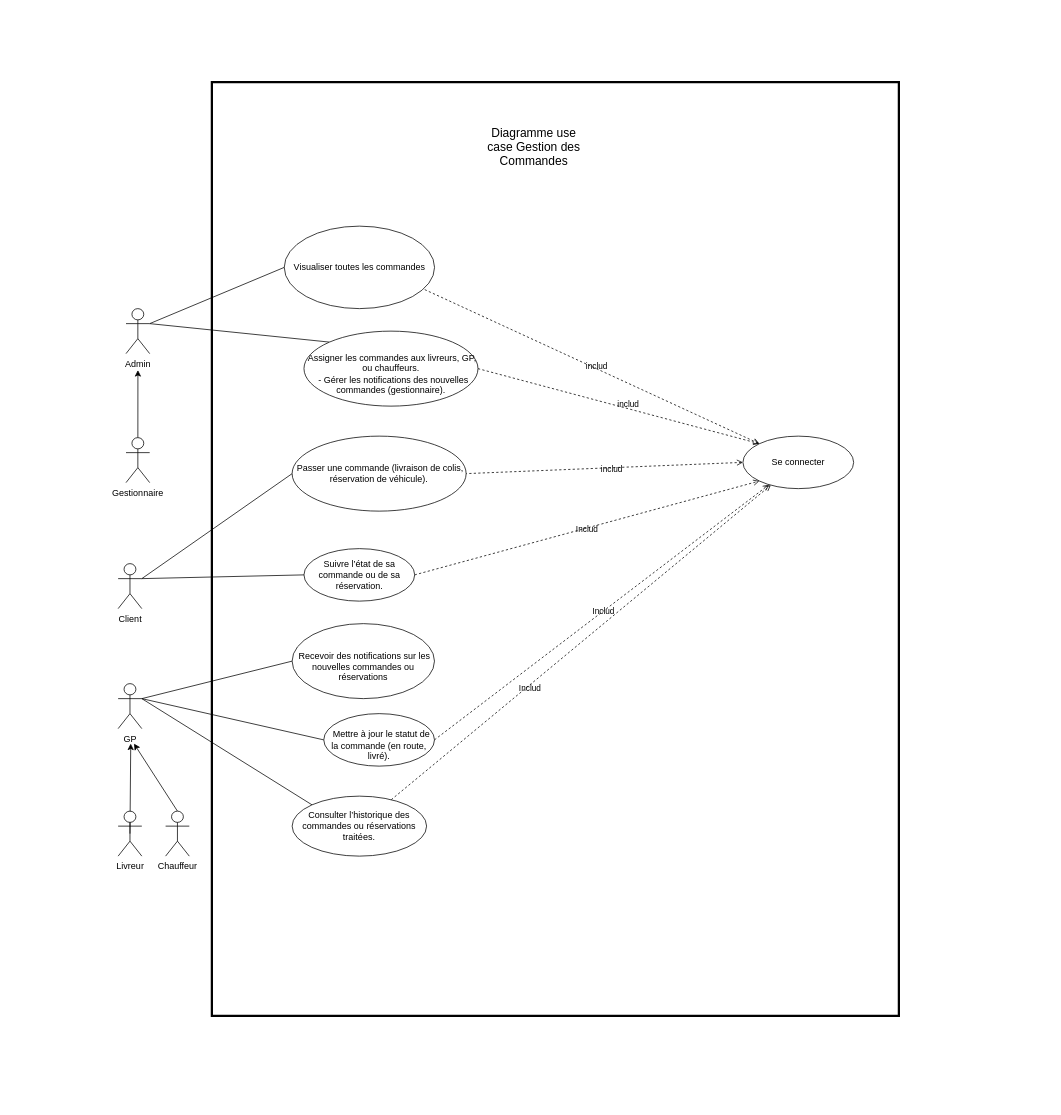
The draw.io diagram page "Diagramme use case Gestion des Commandes" (3 of 7) of Diagramme sans nom.drawio in BounAbdallah/tuto, before the edit. Source tidied: cells renumbered, new cells numbered last; positions are measured from the earlier drawing's top-left corner, leaving out a move shared by most shapes. Both pictures are drawn from the tidied source at 75%, with x=0, y=0 at pixel (13, 13).
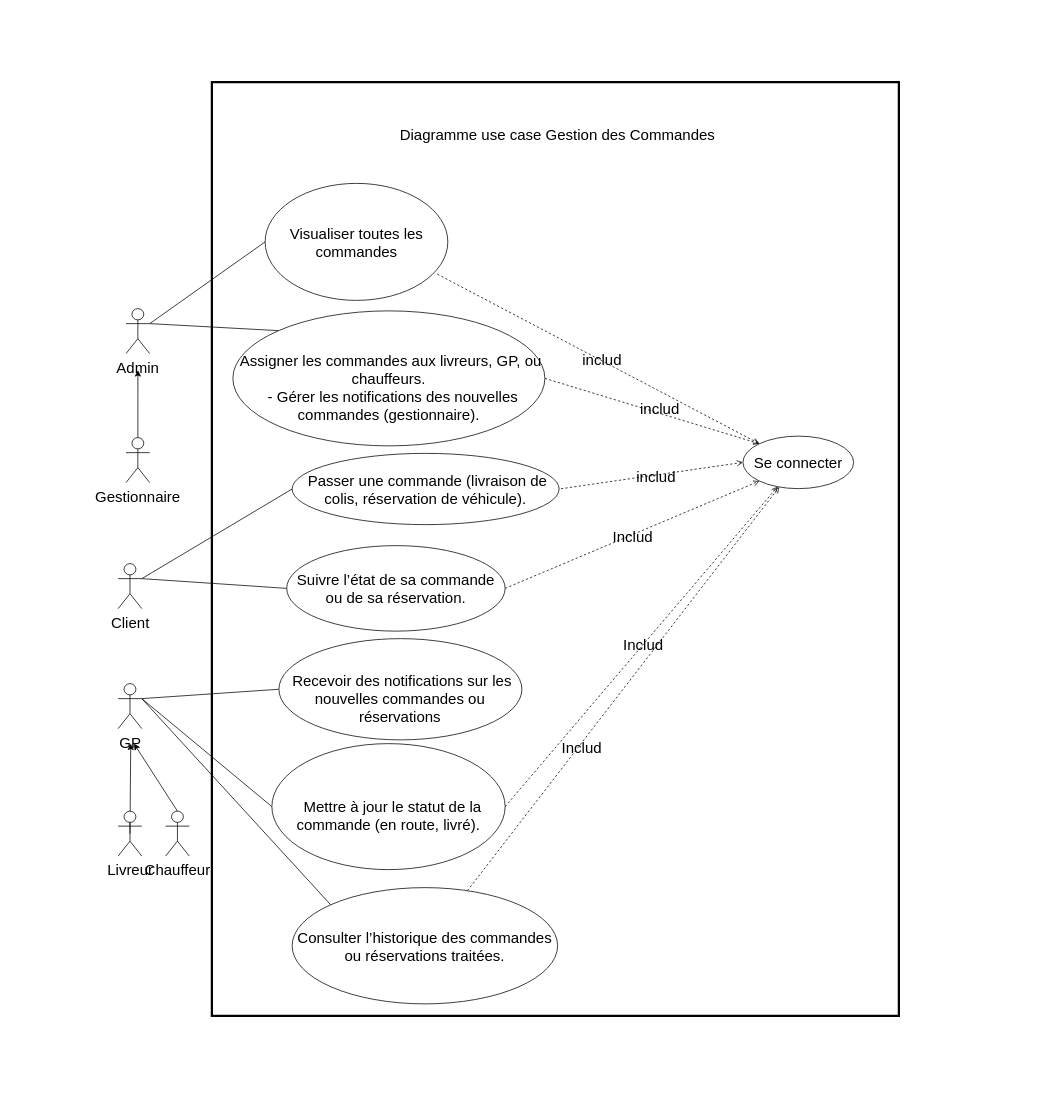
After the change.

Commit message (it also covers changes not shown here):
Mettre à jour Diagramme sans nom.drawio

The edit, as a diff of the source:
```diff
@@
-    <mxCell id="2" style="group;" parent="1" vertex="1">
+    <mxCell id="2" style="group;fontSize=20;" parent="1" vertex="1">
       <mxGeometry width="1380" height="1453" as="geometry" />
     </mxCell>
-    <mxCell id="3" style="group;fillColor=none;strokeColor=none;" parent="2" vertex="1">
+    <mxCell id="3" style="group;fillColor=none;strokeColor=none;fontSize=20;" parent="2" vertex="1">
       <mxGeometry width="1380" height="1453" as="geometry" />
     </mxCell>
-    <mxCell id="4" value="Visualiser toutes les commandes" style="ellipse;whiteSpace=wrap;html=1;" parent="2" vertex="1">
-      <mxGeometry x="361.5" y="284" width="200.4" height="110" as="geometry" />
+    <mxCell id="4" value="Visualiser toutes les commandes" style="ellipse;whiteSpace=wrap;html=1;fontSize=20;" parent="2" vertex="1">
+      <mxGeometry x="336" y="227" width="243.6" height="156" as="geometry" />
     </mxCell>
-    <mxCell id="5" style="rounded=0;jettySize=auto;html=1;exitX=0;exitY=0;exitDx=0;exitDy=0;entryX=0.934;entryY=0.769;entryDx=0;entryDy=0;endArrow=none;endFill=0;dashed=1;entryPerimeter=0;startArrow=open;startFill=0;" parent="2" edge="1" source="9" target="4">
+    <mxCell id="5" style="rounded=0;jettySize=auto;html=1;exitX=0;exitY=0;exitDx=0;exitDy=0;entryX=0.934;entryY=0.769;entryDx=0;entryDy=0;endArrow=none;endFill=0;dashed=1;entryPerimeter=0;startArrow=open;startFill=0;fontSize=20;" parent="2" edge="1" source="9" target="4">
       <mxGeometry relative="1" as="geometry" />
     </mxCell>
-    <mxCell id="6" value="includ" style="edgeLabel;html=1;align=center;verticalAlign=middle;labelBackgroundColor=none;" parent="5" vertex="1">
+    <mxCell id="6" value="includ" style="edgeLabel;html=1;align=center;verticalAlign=middle;labelBackgroundColor=none;fontSize=20;" parent="5" vertex="1">
       <mxGeometry x="-0.02" y="-3" relative="1" as="geometry" />
     </mxCell>
-    <mxCell id="7" style="rounded=0;jettySize=auto;html=1;exitX=0;exitY=0.5;exitDx=0;exitDy=0;entryX=1;entryY=0.5;entryDx=0;entryDy=0;startArrow=open;startFill=0;endArrow=none;endFill=0;dashed=1;" parent="2" edge="1" source="9" target="31">
+    <mxCell id="7" style="rounded=0;jettySize=auto;html=1;exitX=0;exitY=0.5;exitDx=0;exitDy=0;entryX=1;entryY=0.5;entryDx=0;entryDy=0;startArrow=open;startFill=0;endArrow=none;endFill=0;dashed=1;fontSize=20;" parent="2" edge="1" source="9" target="31">
       <mxGeometry relative="1" as="geometry" />
     </mxCell>
-    <mxCell id="8" value="includ" style="edgeLabel;html=1;align=center;verticalAlign=middle;labelBackgroundColor=none;" parent="7" vertex="1">
+    <mxCell id="8" value="includ" style="edgeLabel;html=1;align=center;verticalAlign=middle;labelBackgroundColor=none;fontSize=20;" parent="7" vertex="1">
       <mxGeometry x="-0.04" y="2" relative="1" as="geometry">
         <mxPoint x="1" y="-1" as="offset" />
       </mxGeometry>
     </mxCell>
-    <mxCell id="9" value="Se connecter" style="ellipse;whiteSpace=wrap;html=1;" parent="2" vertex="1">
+    <mxCell id="9" value="Se connecter" style="ellipse;whiteSpace=wrap;html=1;fontSize=20;" parent="2" vertex="1">
       <mxGeometry x="973.1" y="564" width="147.6" height="70" as="geometry" />
     </mxCell>
-    <mxCell id="10" style="rounded=0;jettySize=auto;html=1;exitX=0;exitY=0;exitDx=0;exitDy=0;endArrow=none;endFill=0;" parent="2" edge="1" source="13">
+    <mxCell id="10" style="rounded=0;jettySize=auto;html=1;exitX=0;exitY=0;exitDx=0;exitDy=0;endArrow=none;endFill=0;fontSize=20;" parent="2" edge="1" source="13">
       <mxGeometry relative="1" as="geometry">
         <mxPoint x="182.2" y="414" as="targetPoint" />
       </mxGeometry>
     </mxCell>
-    <mxCell id="11" style="rounded=0;jettySize=auto;html=1;exitX=1;exitY=0.5;exitDx=0;exitDy=0;entryX=0;entryY=0;entryDx=0;entryDy=0;startArrow=none;startFill=0;dashed=1;endArrow=open;endFill=0;" parent="2" edge="1" source="13" target="9">
+    <mxCell id="11" style="rounded=0;jettySize=auto;html=1;exitX=1;exitY=0.5;exitDx=0;exitDy=0;entryX=0;entryY=0;entryDx=0;entryDy=0;startArrow=none;startFill=0;dashed=1;endArrow=open;endFill=0;fontSize=20;" parent="2" edge="1" source="13" target="9">
       <mxGeometry relative="1" as="geometry" />
     </mxCell>
-    <mxCell id="12" value="includ" style="edgeLabel;html=1;align=center;verticalAlign=middle;labelBackgroundColor=none;" parent="11" vertex="1">
+    <mxCell id="12" value="includ" style="edgeLabel;html=1;align=center;verticalAlign=middle;labelBackgroundColor=none;fontSize=20;" parent="11" vertex="1">
       <mxGeometry x="0.06" y="7" relative="1" as="geometry">
         <mxPoint x="-1" as="offset" />
       </mxGeometry>
     </mxCell>
-    <mxCell id="13" value="&lt;div&gt;&lt;br&gt;&lt;/div&gt;&lt;div&gt;&lt;br&gt;&lt;/div&gt;&lt;div&gt;&lt;div&gt;&amp;nbsp;Assigner les commandes aux livreurs, GP, ou chauffeurs.&lt;/div&gt;&lt;div&gt;&amp;nbsp; - Gérer les notifications des nouvelles commandes (gestionnaire).&lt;/div&gt;&lt;/div&gt;&lt;div&gt;&lt;br&gt;&lt;/div&gt;" style="ellipse;whiteSpace=wrap;html=1;" parent="2" vertex="1">
-      <mxGeometry x="387.8" y="424" width="232" height="100" as="geometry" />
+    <mxCell id="13" value="&lt;div style=&quot;font-size: 20px;&quot;&gt;&lt;br style=&quot;font-size: 20px;&quot;&gt;&lt;/div&gt;&lt;div style=&quot;font-size: 20px;&quot;&gt;&lt;br style=&quot;font-size: 20px;&quot;&gt;&lt;/div&gt;&lt;div style=&quot;font-size: 20px;&quot;&gt;&lt;div style=&quot;font-size: 20px;&quot;&gt;&amp;nbsp;Assigner les commandes aux livreurs, GP, ou chauffeurs.&lt;/div&gt;&lt;div style=&quot;font-size: 20px;&quot;&gt;&amp;nbsp; - Gérer les notifications des nouvelles commandes (gestionnaire).&lt;/div&gt;&lt;/div&gt;&lt;div style=&quot;font-size: 20px;&quot;&gt;&lt;br style=&quot;font-size: 20px;&quot;&gt;&lt;/div&gt;" style="ellipse;whiteSpace=wrap;html=1;fontSize=20;" parent="2" vertex="1">
+      <mxGeometry x="293" y="397" width="416" height="180" as="geometry" />
     </mxCell>
-    <mxCell id="14" style="rounded=0;jettySize=auto;html=1;exitX=1;exitY=0.5;exitDx=0;exitDy=0;entryX=0;entryY=1;entryDx=0;entryDy=0;endArrow=open;endFill=0;startArrow=none;startFill=0;dashed=1;" parent="2" edge="1" source="16" target="9">
+    <mxCell id="14" style="rounded=0;jettySize=auto;html=1;exitX=1;exitY=0.5;exitDx=0;exitDy=0;entryX=0;entryY=1;entryDx=0;entryDy=0;endArrow=open;endFill=0;startArrow=none;startFill=0;dashed=1;fontSize=20;" parent="2" edge="1" source="16" target="9">
       <mxGeometry relative="1" as="geometry" />
     </mxCell>
-    <mxCell id="15" value="Includ" style="edgeLabel;html=1;align=center;verticalAlign=middle;labelBackgroundColor=none;" parent="14" vertex="1">
+    <mxCell id="15" value="Includ" style="edgeLabel;html=1;align=center;verticalAlign=middle;labelBackgroundColor=none;fontSize=20;" parent="14" vertex="1">
       <mxGeometry x="-0.01" y="-1" relative="1" as="geometry">
         <mxPoint x="1" as="offset" />
       </mxGeometry>
     </mxCell>
-    <mxCell id="16" value="Suivre l’état de sa commande ou de sa réservation." style="ellipse;whiteSpace=wrap;html=1;" parent="2" vertex="1">
-      <mxGeometry x="387.8" y="714" width="147.6" height="70" as="geometry" />
+    <mxCell id="16" value="Suivre l’état de sa commande ou de sa réservation." style="ellipse;whiteSpace=wrap;html=1;fontSize=20;" parent="2" vertex="1">
+      <mxGeometry x="364.8" y="710" width="291.2" height="114" as="geometry" />
     </mxCell>
-    <mxCell id="17" style="rounded=0;jettySize=auto;html=1;exitX=1;exitY=0.3333333333333333;exitDx=0;exitDy=0;exitPerimeter=0;entryX=0;entryY=0.5;entryDx=0;entryDy=0;endArrow=none;endFill=0;" parent="2" edge="1" source="18" target="4">
+    <mxCell id="17" style="rounded=0;jettySize=auto;html=1;exitX=1;exitY=0.3333333333333333;exitDx=0;exitDy=0;exitPerimeter=0;entryX=0;entryY=0.5;entryDx=0;entryDy=0;endArrow=none;endFill=0;fontSize=20;" parent="2" edge="1" source="18" target="4">
       <mxGeometry relative="1" as="geometry" />
     </mxCell>
-    <mxCell id="18" value="Admin" style="shape=umlActor;html=1;verticalLabelPosition=bottom;verticalAlign=top;align=center;" parent="2" vertex="1">
+    <mxCell id="18" value="Admin" style="shape=umlActor;html=1;verticalLabelPosition=bottom;verticalAlign=top;align=center;fontSize=20;" parent="2" vertex="1">
       <mxGeometry x="150.5" y="394" width="31.6" height="60" as="geometry" />
     </mxCell>
-    <mxCell id="19" value="&lt;font style=&quot;font-size: 16px;&quot;&gt;Diagramme use case&amp;nbsp;&lt;/font&gt;&lt;span style=&quot;background-color: initial; font-size: 16px;&quot;&gt;Gestion des Commandes&lt;/span&gt;&lt;div&gt;&lt;br&gt;&lt;/div&gt;" style="text;html=1;align=center;verticalAlign=middle;whiteSpace=wrap;rounded=0;" parent="2" vertex="1">
-      <mxGeometry x="589" y="170" width="210.9" height="30" as="geometry" />
+    <mxCell id="19" value="&lt;font style=&quot;font-size: 20px;&quot;&gt;Diagramme use case&amp;nbsp;&lt;/font&gt;&lt;span style=&quot;background-color: initial; font-size: 20px;&quot;&gt;Gestion des Commandes&lt;/span&gt;&lt;div style=&quot;font-size: 20px;&quot;&gt;&lt;br style=&quot;font-size: 20px;&quot;&gt;&lt;/div&gt;" style="text;html=1;align=center;verticalAlign=middle;whiteSpace=wrap;rounded=0;fontSize=20;" parent="2" vertex="1">
+      <mxGeometry x="484" y="159" width="484" height="30" as="geometry" />
     </mxCell>
-    <mxCell id="20" style="rounded=0;jettySize=auto;html=1;" parent="2" edge="1" source="21">
+    <mxCell id="20" style="rounded=0;jettySize=auto;html=1;fontSize=20;" parent="2" edge="1" source="21">
       <mxGeometry relative="1" as="geometry">
         <mxPoint x="166.4" y="476" as="targetPoint" />
       </mxGeometry>
     </mxCell>
-    <mxCell id="21" value="Gestionnaire" style="shape=umlActor;html=1;verticalLabelPosition=bottom;verticalAlign=top;align=center;" parent="2" vertex="1">
+    <mxCell id="21" value="Gestionnaire" style="shape=umlActor;html=1;verticalLabelPosition=bottom;verticalAlign=top;align=center;fontSize=20;" parent="2" vertex="1">
       <mxGeometry x="150.5" y="566" width="31.6" height="60" as="geometry" />
     </mxCell>
-    <mxCell id="22" style="rounded=0;jettySize=auto;html=1;exitX=1;exitY=0.3333333333333333;exitDx=0;exitDy=0;exitPerimeter=0;entryX=0;entryY=0.5;entryDx=0;entryDy=0;endArrow=none;endFill=0;" parent="2" edge="1" source="24" target="16">
+    <mxCell id="22" style="rounded=0;jettySize=auto;html=1;exitX=1;exitY=0.3333333333333333;exitDx=0;exitDy=0;exitPerimeter=0;entryX=0;entryY=0.5;entryDx=0;entryDy=0;endArrow=none;endFill=0;fontSize=20;" parent="2" edge="1" source="24" target="16">
       <mxGeometry relative="1" as="geometry" />
     </mxCell>
-    <mxCell id="23" style="rounded=0;jettySize=auto;html=1;exitX=1;exitY=0.3333333333333333;exitDx=0;exitDy=0;exitPerimeter=0;entryX=0;entryY=0.5;entryDx=0;entryDy=0;endArrow=none;endFill=0;" parent="2" edge="1" source="24" target="31">
+    <mxCell id="23" style="rounded=0;jettySize=auto;html=1;exitX=1;exitY=0.3333333333333333;exitDx=0;exitDy=0;exitPerimeter=0;entryX=0;entryY=0.5;entryDx=0;entryDy=0;endArrow=none;endFill=0;fontSize=20;" parent="2" edge="1" source="24" target="31">
       <mxGeometry relative="1" as="geometry" />
     </mxCell>
-    <mxCell id="24" value="Client" style="shape=umlActor;html=1;verticalLabelPosition=bottom;verticalAlign=top;align=center;" parent="2" vertex="1">
+    <mxCell id="24" value="Client" style="shape=umlActor;html=1;verticalLabelPosition=bottom;verticalAlign=top;align=center;fontSize=20;" parent="2" vertex="1">
       <mxGeometry x="140" y="734" width="31.6" height="60" as="geometry" />
     </mxCell>
-    <mxCell id="25" style="rounded=0;jettySize=auto;html=1;exitX=1;exitY=0.3333333333333333;exitDx=0;exitDy=0;exitPerimeter=0;entryX=0;entryY=0.5;entryDx=0;entryDy=0;endArrow=none;endFill=0;" parent="2" edge="1" source="28" target="32">
+    <mxCell id="25" style="rounded=0;jettySize=auto;html=1;exitX=1;exitY=0.3333333333333333;exitDx=0;exitDy=0;exitPerimeter=0;entryX=0;entryY=0.5;entryDx=0;entryDy=0;endArrow=none;endFill=0;fontSize=20;" parent="2" edge="1" source="28" target="32">
       <mxGeometry relative="1" as="geometry" />
     </mxCell>
-    <mxCell id="26" style="rounded=0;jettySize=auto;html=1;exitX=1;exitY=0.3333333333333333;exitDx=0;exitDy=0;exitPerimeter=0;entryX=0;entryY=0.5;entryDx=0;entryDy=0;endArrow=none;endFill=0;" parent="2" edge="1" source="28" target="37">
+    <mxCell id="26" style="rounded=0;jettySize=auto;html=1;exitX=1;exitY=0.3333333333333333;exitDx=0;exitDy=0;exitPerimeter=0;entryX=0;entryY=0.5;entryDx=0;entryDy=0;endArrow=none;endFill=0;fontSize=20;" parent="2" edge="1" source="28" target="37">
       <mxGeometry relative="1" as="geometry" />
     </mxCell>
-    <mxCell id="27" style="rounded=0;jettySize=auto;html=1;exitX=1;exitY=0.3333333333333333;exitDx=0;exitDy=0;exitPerimeter=0;entryX=0;entryY=0;entryDx=0;entryDy=0;endArrow=none;endFill=0;" parent="2" edge="1" source="28" target="40">
+    <mxCell id="27" style="rounded=0;jettySize=auto;html=1;exitX=1;exitY=0.3333333333333333;exitDx=0;exitDy=0;exitPerimeter=0;entryX=0;entryY=0;entryDx=0;entryDy=0;endArrow=none;endFill=0;fontSize=20;" parent="2" edge="1" source="28" target="40">
       <mxGeometry relative="1" as="geometry" />
     </mxCell>
-    <mxCell id="28" value="GP" style="shape=umlActor;html=1;verticalLabelPosition=bottom;verticalAlign=top;align=center;" parent="2" vertex="1">
+    <mxCell id="28" value="GP" style="shape=umlActor;html=1;verticalLabelPosition=bottom;verticalAlign=top;align=center;fontSize=20;" parent="2" vertex="1">
       <mxGeometry x="140" y="894" width="31.6" height="60" as="geometry" />
     </mxCell>
-    <mxCell id="29" style="rounded=0;jettySize=auto;html=1;exitX=0.5;exitY=0.5;exitDx=0;exitDy=0;exitPerimeter=0;" parent="2" edge="1" source="30">
+    <mxCell id="29" style="rounded=0;jettySize=auto;html=1;exitX=0.5;exitY=0.5;exitDx=0;exitDy=0;exitPerimeter=0;fontSize=20;" parent="2" edge="1" source="30">
       <mxGeometry relative="1" as="geometry">
         <mxPoint x="156.8" y="974" as="targetPoint" />
       </mxGeometry>
     </mxCell>
-    <mxCell id="30" value="Livreur" style="shape=umlActor;html=1;verticalLabelPosition=bottom;verticalAlign=top;align=center;" parent="2" vertex="1">
+    <mxCell id="30" value="Livreur" style="shape=umlActor;html=1;verticalLabelPosition=bottom;verticalAlign=top;align=center;fontSize=20;" parent="2" vertex="1">
       <mxGeometry x="140" y="1064" width="31.6" height="60" as="geometry" />
     </mxCell>
-    <mxCell id="31" value="&lt;div&gt;&lt;div&gt;&lt;br&gt;&lt;/div&gt;&lt;div&gt;&amp;nbsp;Passer une commande (livraison de colis, réservation de véhicule).&lt;/div&gt;&lt;/div&gt;&lt;div&gt;&lt;br&gt;&lt;/div&gt;" style="ellipse;whiteSpace=wrap;html=1;" parent="2" vertex="1">
-      <mxGeometry x="372" y="564" width="232" height="100" as="geometry" />
+    <mxCell id="31" value="&lt;div style=&quot;font-size: 20px;&quot;&gt;&lt;div style=&quot;font-size: 20px;&quot;&gt;&lt;br style=&quot;font-size: 20px;&quot;&gt;&lt;/div&gt;&lt;div style=&quot;font-size: 20px;&quot;&gt;&amp;nbsp;Passer une commande (livraison de colis, réservation de véhicule).&lt;/div&gt;&lt;/div&gt;&lt;div style=&quot;font-size: 20px;&quot;&gt;&lt;br style=&quot;font-size: 20px;&quot;&gt;&lt;/div&gt;" style="ellipse;whiteSpace=wrap;html=1;fontSize=20;" parent="2" vertex="1">
+      <mxGeometry x="372" y="587" width="356" height="95" as="geometry" />
     </mxCell>
-    <mxCell id="32" value="&lt;div&gt;&lt;br&gt;&lt;/div&gt;&amp;nbsp;Recevoir des notifications sur les nouvelles commandes ou réservations" style="ellipse;whiteSpace=wrap;html=1;" parent="2" vertex="1">
-      <mxGeometry x="372" y="814" width="189.8" height="100" as="geometry" />
+    <mxCell id="32" value="&lt;div style=&quot;font-size: 20px;&quot;&gt;&lt;br style=&quot;font-size: 20px;&quot;&gt;&lt;/div&gt;&amp;nbsp;Recevoir des notifications sur les nouvelles commandes ou réservations" style="ellipse;whiteSpace=wrap;html=1;fontSize=20;" parent="2" vertex="1">
+      <mxGeometry x="354.4" y="834" width="324" height="135" as="geometry" />
     </mxCell>
-    <mxCell id="33" style="rounded=0;jettySize=auto;html=1;exitX=0.5;exitY=0;exitDx=0;exitDy=0;exitPerimeter=0;" parent="2" edge="1" source="34">
+    <mxCell id="33" style="rounded=0;jettySize=auto;html=1;exitX=0.5;exitY=0;exitDx=0;exitDy=0;exitPerimeter=0;fontSize=20;" parent="2" edge="1" source="34">
       <mxGeometry relative="1" as="geometry">
         <mxPoint x="161.1" y="974" as="targetPoint" />
       </mxGeometry>
     </mxCell>
-    <mxCell id="34" value="Chauffeur" style="shape=umlActor;html=1;verticalLabelPosition=bottom;verticalAlign=top;align=center;" parent="2" vertex="1">
+    <mxCell id="34" value="Chauffeur" style="shape=umlActor;html=1;verticalLabelPosition=bottom;verticalAlign=top;align=center;fontSize=20;" parent="2" vertex="1">
       <mxGeometry x="203.3" y="1064" width="31.6" height="60" as="geometry" />
     </mxCell>
-    <mxCell id="35" style="rounded=0;jettySize=auto;html=1;exitX=1;exitY=0.5;exitDx=0;exitDy=0;endArrow=open;endFill=0;dashed=1;" parent="2" edge="1" source="37" target="9">
+    <mxCell id="35" style="rounded=0;jettySize=auto;html=1;exitX=1;exitY=0.5;exitDx=0;exitDy=0;endArrow=open;endFill=0;dashed=1;fontSize=20;" parent="2" edge="1" source="37" target="9">
       <mxGeometry relative="1" as="geometry" />
     </mxCell>
-    <mxCell id="36" value="Includ" style="edgeLabel;html=1;align=center;verticalAlign=middle;labelBackgroundColor=none;" parent="35" vertex="1">
+    <mxCell id="36" value="Includ" style="edgeLabel;html=1;align=center;verticalAlign=middle;labelBackgroundColor=none;fontSize=20;" parent="35" vertex="1">
       <mxGeometry x="0.01" relative="1" as="geometry">
         <mxPoint y="-1" as="offset" />
       </mxGeometry>
     </mxCell>
-    <mxCell id="37" value="&lt;div&gt;&lt;br&gt;&lt;/div&gt;&amp;nbsp; Mettre à jour le statut de la commande (en route, livré)." style="ellipse;whiteSpace=wrap;html=1;" parent="2" vertex="1">
-      <mxGeometry x="414.2" y="934" width="147.6" height="70" as="geometry" />
+    <mxCell id="37" value="&lt;div style=&quot;font-size: 20px;&quot;&gt;&lt;br style=&quot;font-size: 20px;&quot;&gt;&lt;/div&gt;&amp;nbsp; Mettre à jour le statut de la commande (en route, livré)." style="ellipse;whiteSpace=wrap;html=1;fontSize=20;" parent="2" vertex="1">
+      <mxGeometry x="345" y="974" width="311" height="168" as="geometry" />
     </mxCell>
-    <mxCell id="38" style="rounded=0;jettySize=auto;html=1;endArrow=open;endFill=0;dashed=1;" parent="2" edge="1" source="40" target="9">
+    <mxCell id="38" style="rounded=0;jettySize=auto;html=1;endArrow=open;endFill=0;dashed=1;fontSize=20;" parent="2" edge="1" source="40" target="9">
       <mxGeometry relative="1" as="geometry" />
     </mxCell>
-    <mxCell id="39" value="Includ" style="edgeLabel;html=1;align=center;verticalAlign=middle;labelBackgroundColor=none;" parent="38" vertex="1">
+    <mxCell id="39" value="Includ" style="edgeLabel;html=1;align=center;verticalAlign=middle;labelBackgroundColor=none;fontSize=20;" parent="38" vertex="1">
       <mxGeometry x="-0.28" y="-3" relative="1" as="geometry" />
     </mxCell>
-    <mxCell id="40" value="&lt;div&gt;&lt;br&gt;&lt;/div&gt;&lt;div&gt;Consulter l’historique des commandes ou réservations traitées.&lt;/div&gt;&lt;div&gt;&lt;br&gt;&lt;/div&gt;" style="ellipse;whiteSpace=wrap;html=1;" parent="2" vertex="1">
-      <mxGeometry x="372" y="1044" width="179.3" height="80" as="geometry" />
+    <mxCell id="40" value="&lt;div style=&quot;font-size: 20px;&quot;&gt;&lt;br style=&quot;font-size: 20px;&quot;&gt;&lt;/div&gt;&lt;div style=&quot;font-size: 20px;&quot;&gt;Consulter l’historique des commandes ou réservations traitées.&lt;/div&gt;&lt;div style=&quot;font-size: 20px;&quot;&gt;&lt;br style=&quot;font-size: 20px;&quot;&gt;&lt;/div&gt;" style="ellipse;whiteSpace=wrap;html=1;fontSize=20;" parent="2" vertex="1">
+      <mxGeometry x="372" y="1166" width="354" height="155" as="geometry" />
     </mxCell>
-    <mxCell id="41" style="group;fillColor=none;strokeColor=#000000;rounded=0;gradientColor=none;strokeWidth=3;" parent="2" vertex="1">
+    <mxCell id="41" style="group;fillColor=none;strokeColor=#000000;rounded=0;gradientColor=none;strokeWidth=3;fontSize=20;" parent="2" vertex="1">
       <mxGeometry x="265" y="92" width="916" height="1245" as="geometry" />
     </mxCell>
```
